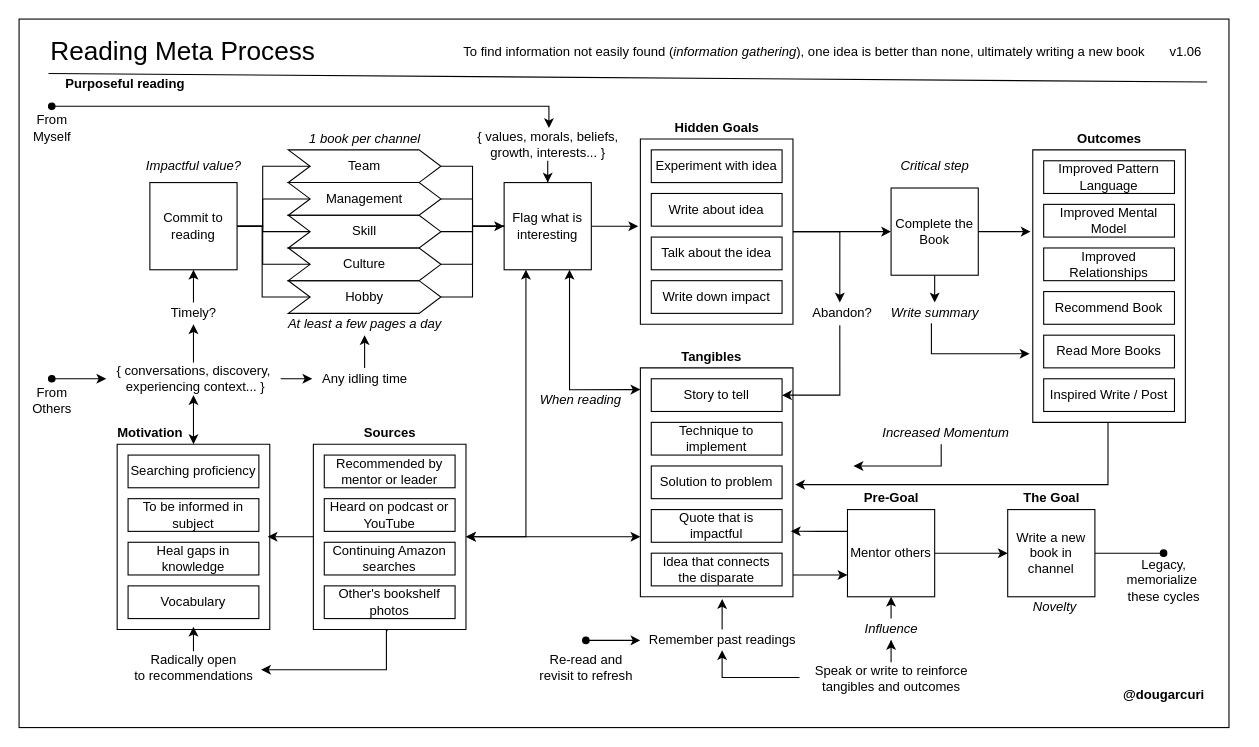
Before: books/diagrams/reading-process.drawio in solidi/learning-notes, a draw.io diagram. Source tidied: cells renumbered, new cells numbered last; positions are measured from the earlier drawing's top-left corner, leaving out a move shared by most shapes. Both pictures are drawn from the tidied source at 109%, with x=0, y=0 at pixel (19, 19).
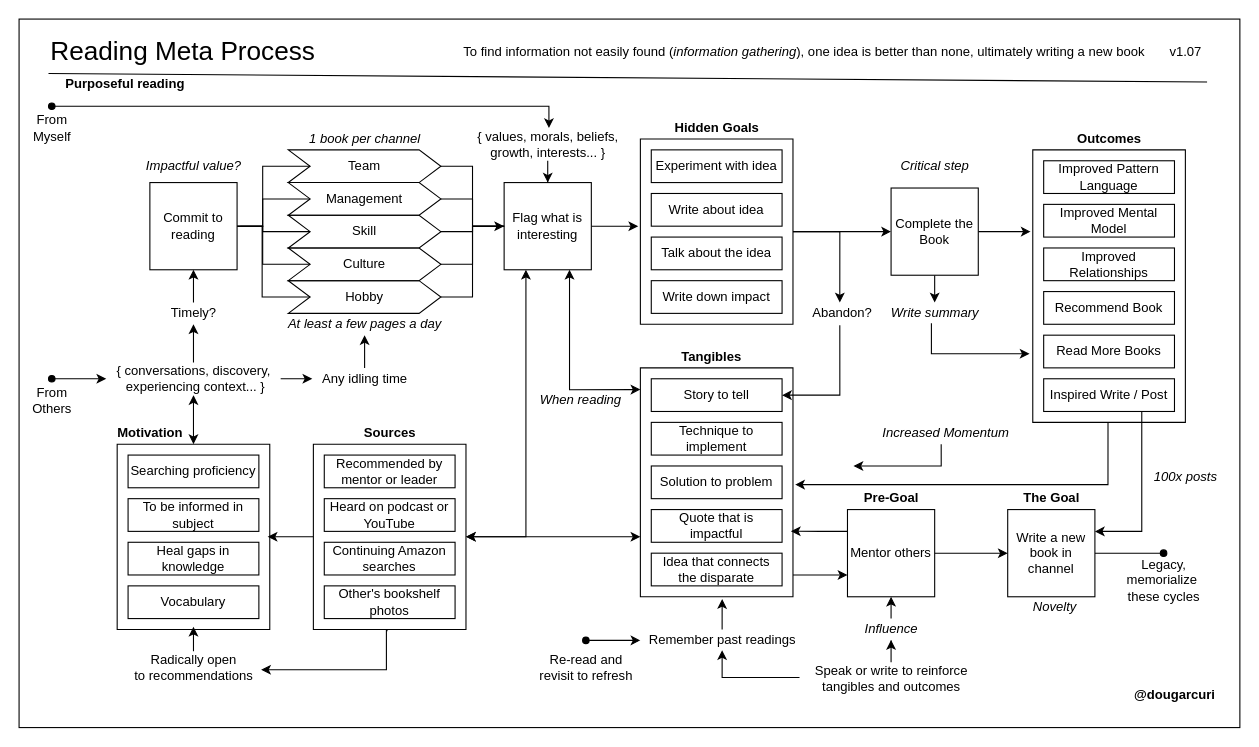
After the change.

Commit message (it also covers changes not shown here):
Add 100x posts to the reading diagram

The change refers to these unchanged cells:
```xml
<mxCell id="59" value="Write a new book in channel" style="whiteSpace=wrap;html=1;" parent="1" vertex="1">
  <mxGeometry x="907" y="450" width="80" height="80" as="geometry" />
</mxCell>
<mxCell id="114" value="Inspired Write / Post" style="rounded=0;whiteSpace=wrap;html=1;" parent="1" vertex="1">
  <mxGeometry x="940" y="330" width="120" height="30" as="geometry" />
</mxCell>
```

Diff of the diagram source:
```diff
@@
     <mxCell id="2" style="rounded=0;whiteSpace=wrap;html=1;fillColor=none;" parent="1" vertex="1">
-      <mxGeometry width="1110" height="650" as="geometry" />
+      <mxGeometry width="1120" height="650" as="geometry" />
     </mxCell>
@@
-    <mxCell id="25" value="v1.06" style="text;html=1;align=center;verticalAlign=middle;" parent="1" vertex="1">
+    <mxCell id="25" value="v1.07" style="text;html=1;align=center;verticalAlign=middle;" parent="1" vertex="1">
       <mxGeometry x="1050" y="20" width="40" height="20" as="geometry" />
     </mxCell>
     <mxCell id="26" value="&lt;b&gt;@dougarcuri&lt;/b&gt;" style="text;html=1;align=center;verticalAlign=middle;" parent="1" vertex="1">
-      <mxGeometry x="1005" y="610" width="90" height="20" as="geometry" />
+      <mxGeometry x="1015" y="610" width="90" height="20" as="geometry" />
     </mxCell>
@@
+    <mxCell id="117" style="edgeStyle=orthogonalEdgeStyle;rounded=0;jettySize=auto;html=1;exitX=0.75;exitY=1;exitDx=0;exitDy=0;entryX=1;entryY=0.25;entryDx=0;entryDy=0;startArrow=none;startFill=0;endArrow=classic;endFill=1;" parent="1" edge="1" source="114" target="59">
+      <mxGeometry relative="1" as="geometry" />
+    </mxCell>
@@
+    <mxCell id="118" value="&lt;i&gt;100x posts&lt;/i&gt;" style="text;html=1;align=center;verticalAlign=middle;" parent="1" vertex="1">
+      <mxGeometry x="1035" y="410" width="70" height="20" as="geometry" />
+    </mxCell>
```
